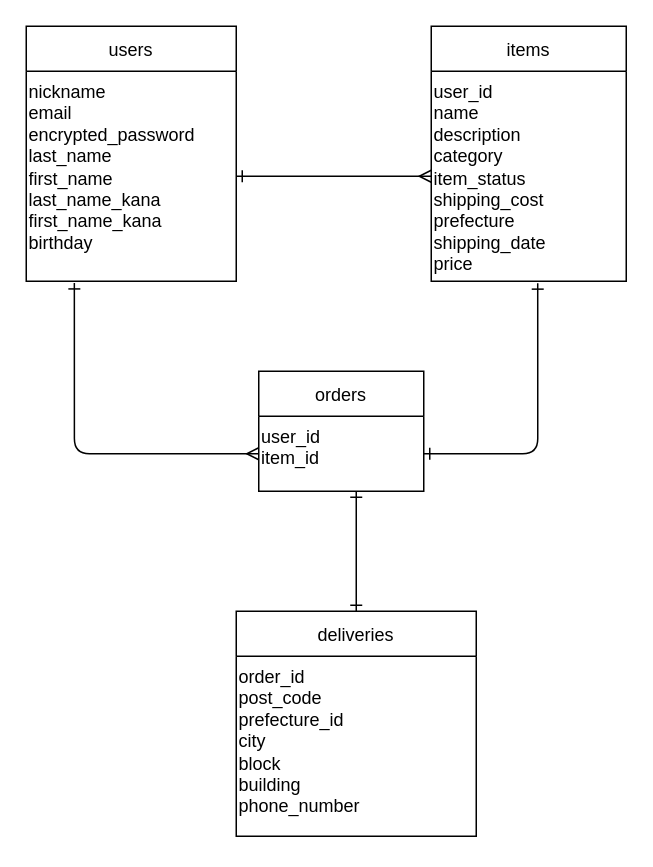
Earlier version of the draw.io diagram furima.dio (takabo-to/furima-37305). Source tidied: cells renumbered, new cells numbered last; positions are measured from the earlier drawing's top-left corner, leaving out a move shared by most shapes. Both pictures are drawn from the tidied source at 150%, with x=0, y=0 at pixel (26, 26).
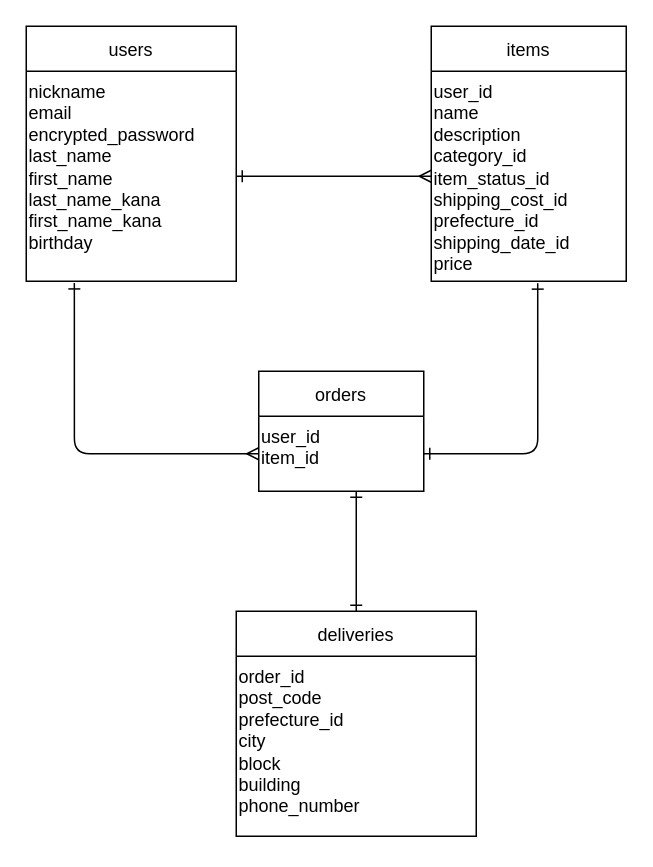
The same diagram, later.

Commit message (it also covers changes not shown here):
データベース設計の修正

The change refers to these unchanged cells:
```xml
<mxCell id="7" style="shape=partialRectangle;fillColor=none;top=0;left=0;bottom=0;right=0;points=[[0,0.5],[1,0.5]];portConstraint=eastwest;" parent="6" vertex="1">
  <mxGeometry y="30" width="130" height="140" as="geometry" />
</mxCell>
```

Diff of the diagram source:
```diff
@@
-    <mxCell id="8" value="user_id&lt;br&gt;name&lt;br&gt;description&lt;br&gt;category&lt;br&gt;item_status&lt;br&gt;shipping_cost&lt;br&gt;prefecture&lt;br&gt;shipping_date&lt;br&gt;price" style="shape=partialRectangle;html=1;whiteSpace=wrap;overflow=hidden;fillColor=none;top=0;left=0;bottom=0;right=0;align=left;verticalAlign=top;" parent="7" vertex="1">
+    <mxCell id="8" value="user_id&lt;br&gt;name&lt;br&gt;description&lt;br&gt;category_id&lt;br&gt;item_status_id&lt;br&gt;shipping_cost_id&lt;br&gt;prefecture_id&lt;br&gt;shipping_date_id&lt;br&gt;price" style="shape=partialRectangle;html=1;whiteSpace=wrap;overflow=hidden;fillColor=none;top=0;left=0;bottom=0;right=0;align=left;verticalAlign=top;" parent="7" vertex="1">
       <mxGeometry width="130" height="140" as="geometry" />
     </mxCell>
```
